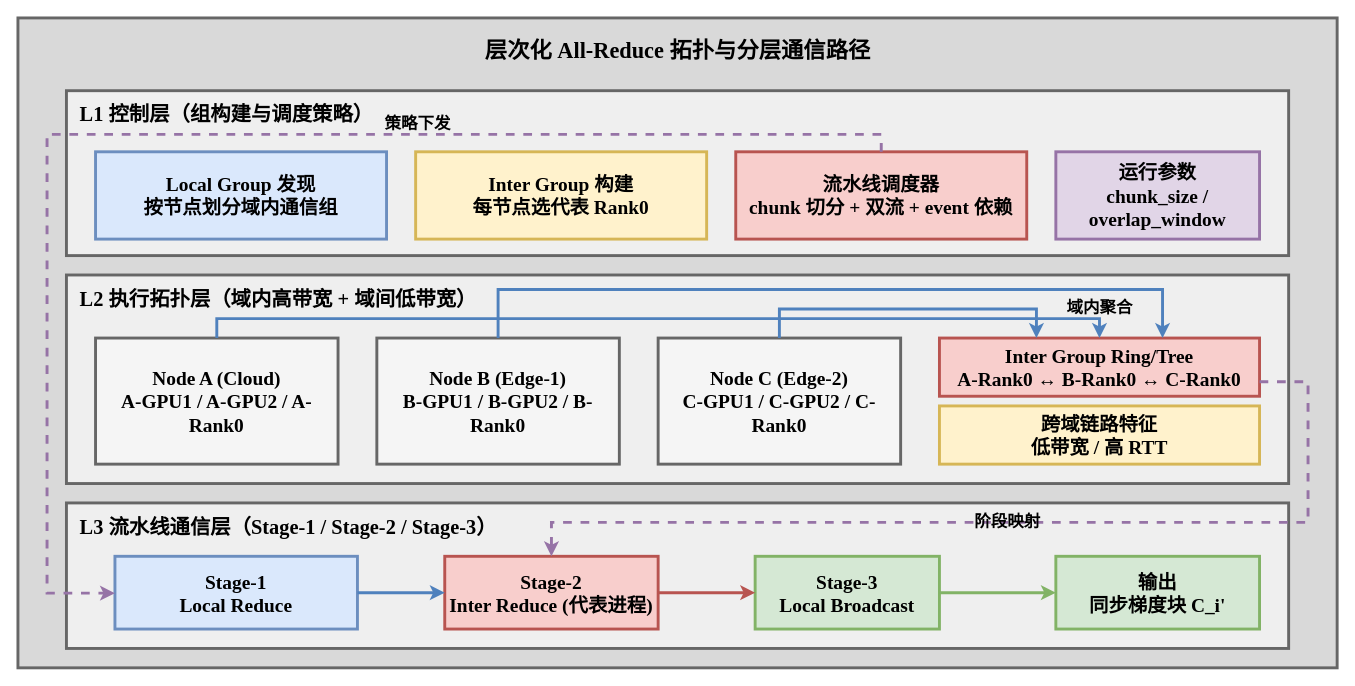
Above: image/ch4-hierarchical-topology.drawio in Aerithy/master-thesis (draw.io), before the change. Source tidied: cells renumbered, new cells numbered last; positions are measured from the earlier drawing's top-left corner, leaving out a move shared by most shapes. Both pictures are drawn from the tidied source at 97%, with x=0, y=0 at pixel (17, 17).
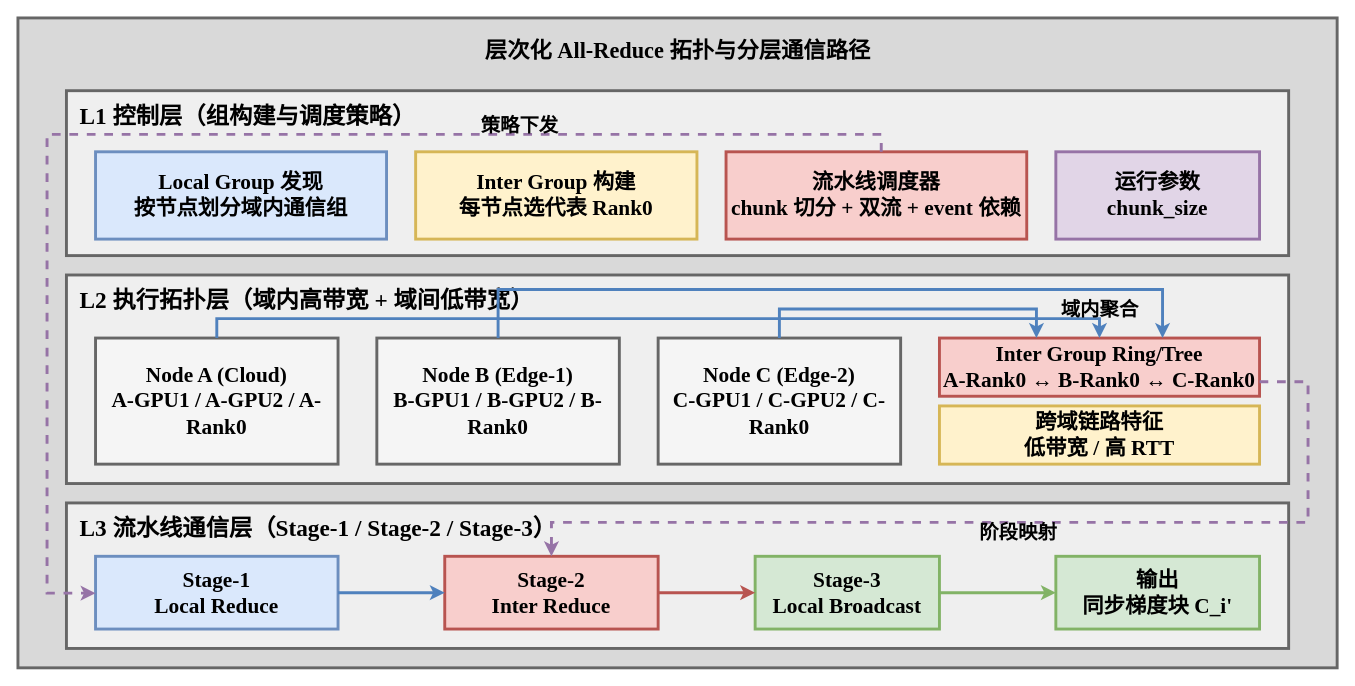
The same page after the edit.

The edit, as a diff of the source:
```diff
@@
-    <mxCell id="4" value="&lt;b&gt;L1 控制层（组构建与调度策略）&lt;/b&gt;" style="rounded=0;whiteSpace=wrap;html=1;fillColor=#efefef;strokeColor=#666666;strokeWidth=3;fontFamily=Times New Roman;fontSize=21;fontStyle=1;align=left;verticalAlign=top;spacingTop=6;spacingLeft=12;" parent="1" vertex="1">
+    <mxCell id="4" value="&lt;b&gt;L1 控制层（组构建与调度策略）&lt;/b&gt;" style="rounded=0;whiteSpace=wrap;html=1;fillColor=#efefef;strokeColor=#666666;strokeWidth=3;fontFamily=Times New Roman;fontSize=24;fontStyle=1;align=left;verticalAlign=top;spacingTop=6;spacingLeft=12;" parent="1" vertex="1">
       <mxGeometry x="50" y="75" width="1260" height="170" as="geometry" />
     </mxCell>
-    <mxCell id="5" value="&lt;b&gt;Local Group 发现&lt;/b&gt;&lt;br&gt;按节点划分域内通信组" style="rounded=0;whiteSpace=wrap;html=1;fillColor=#dae8fc;strokeColor=#6c8ebf;strokeWidth=3;fontFamily=Times New Roman;fontSize=20;fontStyle=1;align=center;" parent="1" vertex="1">
+    <mxCell id="5" value="&lt;b&gt;Local Group 发现&lt;/b&gt;&lt;br&gt;按节点划分域内通信组" style="rounded=0;whiteSpace=wrap;html=1;fillColor=#dae8fc;strokeColor=#6c8ebf;strokeWidth=3;fontFamily=Times New Roman;fontSize=22;fontStyle=1;align=center;" parent="1" vertex="1">
       <mxGeometry x="80" y="138" width="300" height="90" as="geometry" />
     </mxCell>
-    <mxCell id="6" value="&lt;b&gt;Inter Group 构建&lt;/b&gt;&lt;br&gt;每节点选代表 Rank0" style="rounded=0;whiteSpace=wrap;html=1;fillColor=#fff2cc;strokeColor=#d6b656;strokeWidth=3;fontFamily=Times New Roman;fontSize=20;fontStyle=1;align=center;" parent="1" vertex="1">
-      <mxGeometry x="410" y="138" width="300" height="90" as="geometry" />
+    <mxCell id="6" value="&lt;b&gt;Inter Group 构建&lt;/b&gt;&lt;br&gt;每节点选代表 Rank0" style="rounded=0;whiteSpace=wrap;html=1;fillColor=#fff2cc;strokeColor=#d6b656;strokeWidth=3;fontFamily=Times New Roman;fontSize=22;fontStyle=1;align=center;" parent="1" vertex="1">
+      <mxGeometry x="410" y="138" width="290" height="90" as="geometry" />
     </mxCell>
-    <mxCell id="7" value="&lt;b&gt;流水线调度器&lt;/b&gt;&lt;br&gt;chunk 切分 + 双流 + event 依赖" style="rounded=0;whiteSpace=wrap;html=1;fillColor=#f8cecc;strokeColor=#b85450;strokeWidth=3;fontFamily=Times New Roman;fontSize=20;fontStyle=1;align=center;" parent="1" vertex="1">
-      <mxGeometry x="740" y="138" width="300" height="90" as="geometry" />
+    <mxCell id="7" value="&lt;b&gt;流水线调度器&lt;/b&gt;&lt;br&gt;chunk 切分 + 双流 + event 依赖" style="rounded=0;whiteSpace=wrap;html=1;fillColor=#f8cecc;strokeColor=#b85450;strokeWidth=3;fontFamily=Times New Roman;fontSize=22;fontStyle=1;align=center;" parent="1" vertex="1">
+      <mxGeometry x="730" y="138" width="310" height="90" as="geometry" />
     </mxCell>
-    <mxCell id="8" value="&lt;b&gt;运行参数&lt;/b&gt;&lt;br&gt;chunk_size / overlap_window" style="rounded=0;whiteSpace=wrap;html=1;fillColor=#e1d5e7;strokeColor=#9673a6;strokeWidth=3;fontFamily=Times New Roman;fontSize=20;fontStyle=1;align=center;" parent="1" vertex="1">
+    <mxCell id="8" value="&lt;b&gt;运行参数&lt;/b&gt;&lt;br&gt;chunk_size" style="rounded=0;whiteSpace=wrap;html=1;fillColor=#e1d5e7;strokeColor=#9673a6;strokeWidth=3;fontFamily=Times New Roman;fontSize=22;fontStyle=1;align=center;" parent="1" vertex="1">
       <mxGeometry x="1070" y="138" width="210" height="90" as="geometry" />
     </mxCell>
-    <mxCell id="9" value="&lt;b&gt;L2 执行拓扑层（域内高带宽 + 域间低带宽）&lt;/b&gt;" style="rounded=0;whiteSpace=wrap;html=1;fillColor=#efefef;strokeColor=#666666;strokeWidth=3;fontFamily=Times New Roman;fontSize=21;fontStyle=1;align=left;verticalAlign=top;spacingTop=6;spacingLeft=12;" parent="1" vertex="1">
+    <mxCell id="9" value="&lt;b&gt;L2 执行拓扑层（域内高带宽 + 域间低带宽）&lt;/b&gt;" style="rounded=0;whiteSpace=wrap;html=1;fillColor=#efefef;strokeColor=#666666;strokeWidth=3;fontFamily=Times New Roman;fontSize=24;fontStyle=1;align=left;verticalAlign=top;spacingTop=6;spacingLeft=12;" parent="1" vertex="1">
       <mxGeometry x="50" y="265" width="1260" height="215" as="geometry" />
     </mxCell>
-    <mxCell id="10" value="&lt;b&gt;Node A (Cloud)&lt;/b&gt;&lt;br&gt;A-GPU1 / A-GPU2 / A-Rank0" style="rounded=0;whiteSpace=wrap;html=1;fillColor=#f5f5f5;strokeColor=#666666;strokeWidth=3;fontFamily=Times New Roman;fontSize=20;fontStyle=1;align=center;" parent="1" vertex="1">
+    <mxCell id="10" value="&lt;b&gt;Node A (Cloud)&lt;/b&gt;&lt;br&gt;A-GPU1 / A-GPU2 / A-Rank0" style="rounded=0;whiteSpace=wrap;html=1;fillColor=#f5f5f5;strokeColor=#666666;strokeWidth=3;fontFamily=Times New Roman;fontSize=22;fontStyle=1;align=center;" parent="1" vertex="1">
       <mxGeometry x="80" y="330" width="250" height="130" as="geometry" />
     </mxCell>
-    <mxCell id="11" value="&lt;b&gt;Node B (Edge-1)&lt;/b&gt;&lt;br&gt;B-GPU1 / B-GPU2 / B-Rank0" style="rounded=0;whiteSpace=wrap;html=1;fillColor=#f5f5f5;strokeColor=#666666;strokeWidth=3;fontFamily=Times New Roman;fontSize=20;fontStyle=1;align=center;" parent="1" vertex="1">
+    <mxCell id="11" value="&lt;b&gt;Node B (Edge-1)&lt;/b&gt;&lt;br&gt;B-GPU1 / B-GPU2 / B-Rank0" style="rounded=0;whiteSpace=wrap;html=1;fillColor=#f5f5f5;strokeColor=#666666;strokeWidth=3;fontFamily=Times New Roman;fontSize=22;fontStyle=1;align=center;" parent="1" vertex="1">
       <mxGeometry x="370" y="330" width="250" height="130" as="geometry" />
     </mxCell>
-    <mxCell id="12" value="&lt;b&gt;Node C (Edge-2)&lt;/b&gt;&lt;br&gt;C-GPU1 / C-GPU2 / C-Rank0" style="rounded=0;whiteSpace=wrap;html=1;fillColor=#f5f5f5;strokeColor=#666666;strokeWidth=3;fontFamily=Times New Roman;fontSize=20;fontStyle=1;align=center;" parent="1" vertex="1">
+    <mxCell id="12" value="&lt;b&gt;Node C (Edge-2)&lt;/b&gt;&lt;br&gt;C-GPU1 / C-GPU2 / C-Rank0" style="rounded=0;whiteSpace=wrap;html=1;fillColor=#f5f5f5;strokeColor=#666666;strokeWidth=3;fontFamily=Times New Roman;fontSize=22;fontStyle=1;align=center;" parent="1" vertex="1">
       <mxGeometry x="660" y="330" width="250" height="130" as="geometry" />
     </mxCell>
-    <mxCell id="13" value="&lt;b&gt;Inter Group Ring/Tree&lt;/b&gt;&lt;br&gt;A-Rank0 ↔ B-Rank0 ↔ C-Rank0" style="rounded=0;whiteSpace=wrap;html=1;fillColor=#f8cecc;strokeColor=#b85450;strokeWidth=3;fontFamily=Times New Roman;fontSize=20;fontStyle=1;align=center;" parent="1" vertex="1">
+    <mxCell id="13" value="&lt;b&gt;Inter Group Ring/Tree&lt;/b&gt;&lt;br&gt;A-Rank0 ↔ B-Rank0 ↔ C-Rank0" style="rounded=0;whiteSpace=wrap;html=1;fillColor=#f8cecc;strokeColor=#b85450;strokeWidth=3;fontFamily=Times New Roman;fontSize=22;fontStyle=1;align=center;" parent="1" vertex="1">
       <mxGeometry x="950" y="330" width="330" height="60" as="geometry" />
     </mxCell>
-    <mxCell id="14" value="&lt;b&gt;跨域链路特征&lt;/b&gt;&lt;br&gt;低带宽 / 高 RTT" style="rounded=0;whiteSpace=wrap;html=1;fillColor=#fff2cc;strokeColor=#d6b656;strokeWidth=3;fontFamily=Times New Roman;fontSize=20;fontStyle=1;align=center;" parent="1" vertex="1">
+    <mxCell id="14" value="&lt;b&gt;跨域链路特征&lt;/b&gt;&lt;br&gt;低带宽 / 高 RTT" style="rounded=0;whiteSpace=wrap;html=1;fillColor=#fff2cc;strokeColor=#d6b656;strokeWidth=3;fontFamily=Times New Roman;fontSize=22;fontStyle=1;align=center;" parent="1" vertex="1">
       <mxGeometry x="950" y="400" width="330" height="60" as="geometry" />
     </mxCell>
-    <mxCell id="15" value="&lt;b&gt;L3 流水线通信层（Stage-1 / Stage-2 / Stage-3）&lt;/b&gt;" style="rounded=0;whiteSpace=wrap;html=1;fillColor=#efefef;strokeColor=#666666;strokeWidth=3;fontFamily=Times New Roman;fontSize=21;fontStyle=1;align=left;verticalAlign=top;spacingTop=6;spacingLeft=12;" parent="1" vertex="1">
+    <mxCell id="15" value="&lt;b&gt;L3 流水线通信层（Stage-1 / Stage-2 / Stage-3）&lt;/b&gt;" style="rounded=0;whiteSpace=wrap;html=1;fillColor=#efefef;strokeColor=#666666;strokeWidth=3;fontFamily=Times New Roman;fontSize=24;fontStyle=1;align=left;verticalAlign=top;spacingTop=6;spacingLeft=12;" parent="1" vertex="1">
       <mxGeometry x="50" y="500" width="1260" height="150" as="geometry" />
     </mxCell>
-    <mxCell id="16" value="&lt;b&gt;Stage-1&lt;/b&gt;&lt;br&gt;Local Reduce" style="rounded=0;whiteSpace=wrap;html=1;fillColor=#dae8fc;strokeColor=#6c8ebf;strokeWidth=3;fontFamily=Times New Roman;fontSize=20;fontStyle=1;align=center;" parent="1" vertex="1">
-      <mxGeometry x="100" y="555" width="250" height="75" as="geometry" />
+    <mxCell id="16" value="&lt;b&gt;Stage-1&lt;/b&gt;&lt;br&gt;Local Reduce" style="rounded=0;whiteSpace=wrap;html=1;fillColor=#dae8fc;strokeColor=#6c8ebf;strokeWidth=3;fontFamily=Times New Roman;fontSize=22;fontStyle=1;align=center;" parent="1" vertex="1">
+      <mxGeometry x="80" y="555" width="250" height="75" as="geometry" />
     </mxCell>
-    <mxCell id="17" value="&lt;b&gt;Stage-2&lt;/b&gt;&lt;br&gt;Inter Reduce (代表进程)" style="rounded=0;whiteSpace=wrap;html=1;fillColor=#f8cecc;strokeColor=#b85450;strokeWidth=3;fontFamily=Times New Roman;fontSize=20;fontStyle=1;align=center;" parent="1" vertex="1">
+    <mxCell id="17" value="&lt;b&gt;Stage-2&lt;/b&gt;&lt;br&gt;Inter Reduce" style="rounded=0;whiteSpace=wrap;html=1;fillColor=#f8cecc;strokeColor=#b85450;strokeWidth=3;fontFamily=Times New Roman;fontSize=22;fontStyle=1;align=center;" parent="1" vertex="1">
       <mxGeometry x="440" y="555" width="220" height="75" as="geometry" />
     </mxCell>
-    <mxCell id="18" value="&lt;b&gt;Stage-3&lt;/b&gt;&lt;br&gt;Local Broadcast" style="rounded=0;whiteSpace=wrap;html=1;fillColor=#d5e8d4;strokeColor=#82b366;strokeWidth=3;fontFamily=Times New Roman;fontSize=20;fontStyle=1;align=center;" parent="1" vertex="1">
+    <mxCell id="18" value="&lt;b&gt;Stage-3&lt;/b&gt;&lt;br&gt;Local Broadcast" style="rounded=0;whiteSpace=wrap;html=1;fillColor=#d5e8d4;strokeColor=#82b366;strokeWidth=3;fontFamily=Times New Roman;fontSize=22;fontStyle=1;align=center;" parent="1" vertex="1">
       <mxGeometry x="760" y="555" width="190" height="75" as="geometry" />
     </mxCell>
-    <mxCell id="19" value="&lt;b&gt;输出&lt;/b&gt;&lt;br&gt;同步梯度块 C_i'" style="rounded=0;whiteSpace=wrap;html=1;fillColor=#d5e8d4;strokeColor=#82b366;strokeWidth=3;fontFamily=Times New Roman;fontSize=20;fontStyle=1;align=center;" parent="1" vertex="1">
+    <mxCell id="19" value="&lt;b&gt;输出&lt;/b&gt;&lt;br&gt;同步梯度块 C_i'" style="rounded=0;whiteSpace=wrap;html=1;fillColor=#d5e8d4;strokeColor=#82b366;strokeWidth=3;fontFamily=Times New Roman;fontSize=22;fontStyle=1;align=center;" parent="1" vertex="1">
       <mxGeometry x="1070" y="555" width="210" height="75" as="geometry" />
     </mxCell>
-    <mxCell id="20" value="策略下发" style="edgeStyle=orthogonalEdgeStyle;rounded=0;jettySize=auto;html=1;strokeColor=#9673a6;strokeWidth=3;dashed=1;endArrow=classic;fontFamily=Times New Roman;fontSize=17;fontStyle=1;labelBackgroundColor=none;" parent="1" edge="1" source="7" target="16">
-      <mxGeometry x="-0.3" y="-10" relative="1" as="geometry">
+    <mxCell id="20" value="策略下发" style="edgeStyle=orthogonalEdgeStyle;rounded=0;jettySize=auto;html=1;strokeColor=#9673a6;strokeWidth=3;dashed=1;endArrow=classic;fontFamily=Times New Roman;fontSize=20;fontStyle=1;labelBackgroundColor=none;" parent="1" edge="1" source="7" target="16">
+      <mxGeometry x="-0.44" y="-10" relative="1" as="geometry">
         <Array as="points">
           <mxPoint x="890" y="120" />
           <mxPoint x="30" y="120" />
           <mxPoint x="30" y="593" />
         </Array>
         <mxPoint x="1" as="offset" />
       </mxGeometry>
     </mxCell>
@@
-    <mxCell id="23" value="域内聚合" style="edgeStyle=orthogonalEdgeStyle;rounded=0;jettySize=auto;html=1;strokeColor=#4f81bd;strokeWidth=3;endArrow=classic;fontFamily=Times New Roman;fontSize=17;fontStyle=1;labelBackgroundColor=none;" parent="1" edge="1" source="12" target="13">
+    <mxCell id="23" value="域内聚合" style="edgeStyle=orthogonalEdgeStyle;rounded=0;jettySize=auto;html=1;strokeColor=#4f81bd;strokeWidth=3;endArrow=classic;fontFamily=Times New Roman;fontSize=20;fontStyle=1;labelBackgroundColor=none;" parent="1" edge="1" source="12" target="13">
       <mxGeometry x="0.82" y="65" relative="1" as="geometry">
         <Array as="points">
           <mxPoint x="785" y="300" />
           <mxPoint x="1050" y="300" />
         </Array>
         <mxPoint y="-1" as="offset" />
       </mxGeometry>
     </mxCell>
-    <mxCell id="24" value="阶段映射" style="edgeStyle=orthogonalEdgeStyle;rounded=0;jettySize=auto;html=1;strokeColor=#9673a6;strokeWidth=3;dashed=1;endArrow=classic;fontFamily=Times New Roman;fontSize=17;fontStyle=1;labelBackgroundColor=none;" parent="1" edge="1" source="13" target="17">
-      <mxGeometry relative="1" as="geometry">
+    <mxCell id="24" value="阶段映射" style="edgeStyle=orthogonalEdgeStyle;rounded=0;jettySize=auto;html=1;strokeColor=#9673a6;strokeWidth=3;dashed=1;endArrow=classic;fontFamily=Times New Roman;fontSize=20;fontStyle=1;labelBackgroundColor=none;" parent="1" edge="1" source="13" target="17">
+      <mxGeometry x="-0.02" y="10" relative="1" as="geometry">
         <Array as="points">
           <mxPoint x="1330" y="375" />
           <mxPoint x="1330" y="520" />
           <mxPoint x="550" y="520" />
         </Array>
+        <mxPoint x="1" as="offset" />
       </mxGeometry>
     </mxCell>
```
